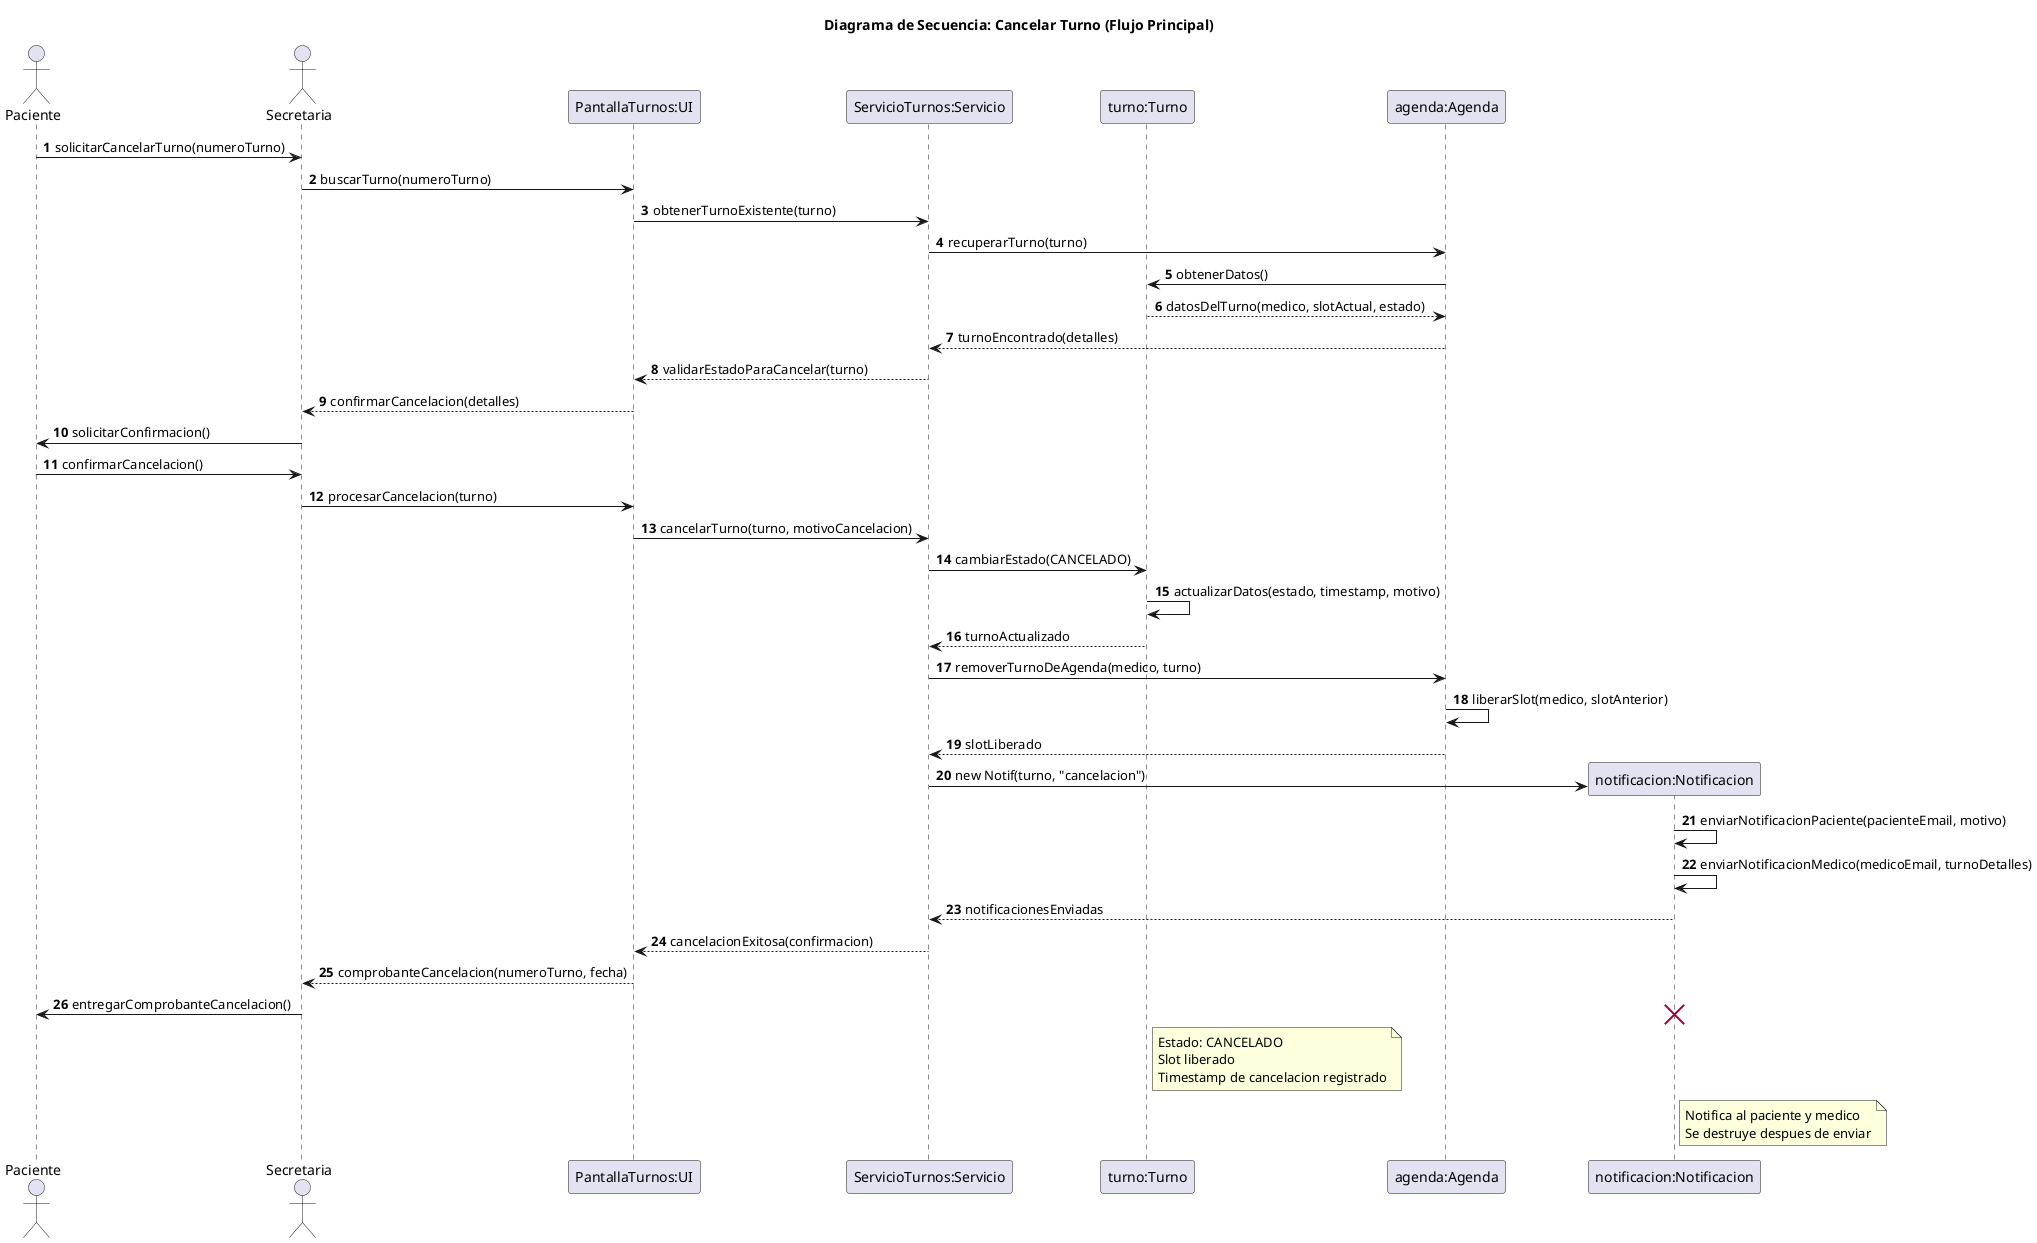
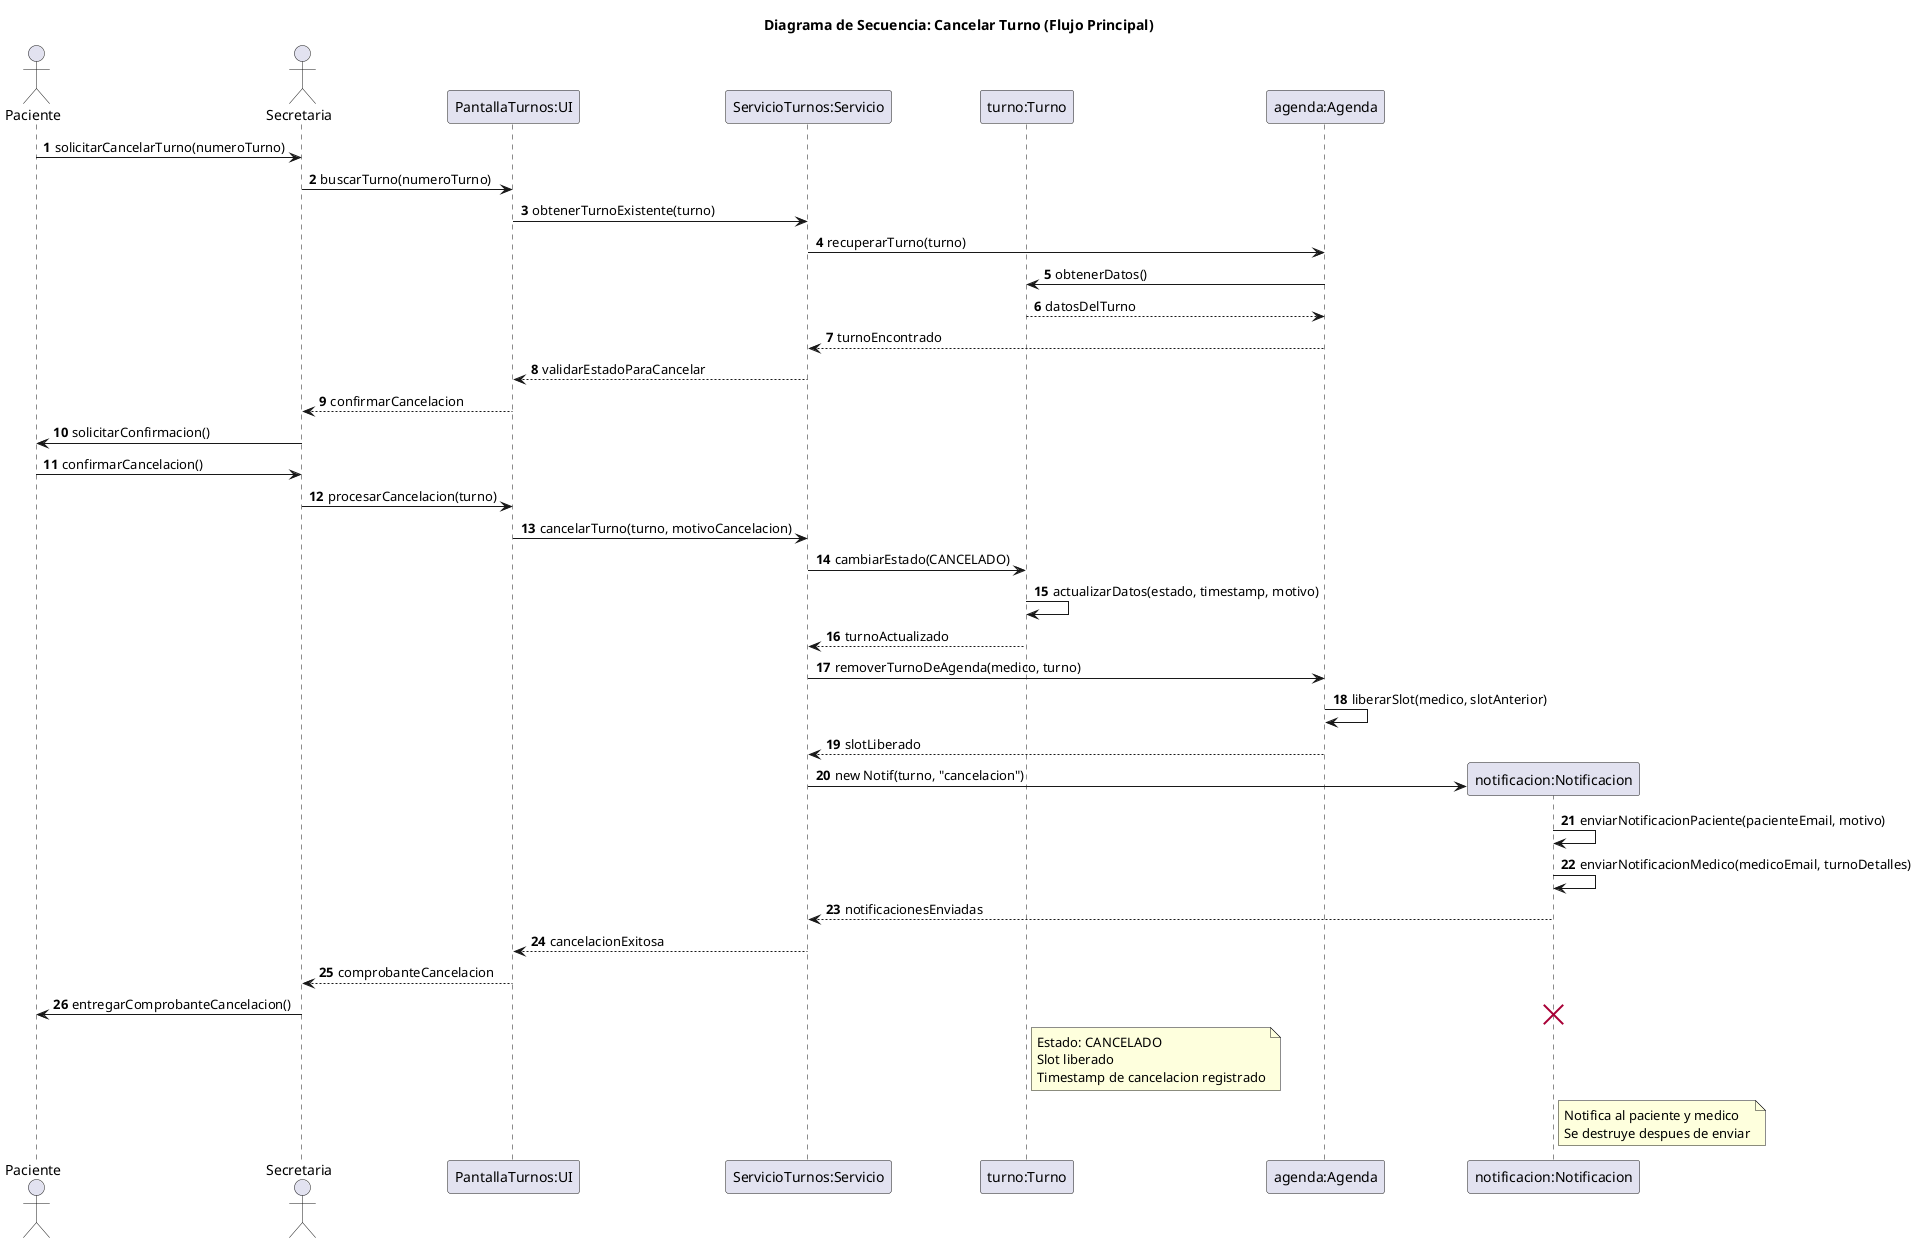
@startuml 05-secuencia-cancelar-turno-flujo-principal-03
title Diagrama de Secuencia: Cancelar Turno (Flujo Principal)

actor Paciente
actor Secretaria
participant "PantallaTurnos:UI" as UI
participant "ServicioTurnos:Servicio" as Servicio
participant "turno:Turno" as Turno
participant "agenda:Agenda" as Agenda
participant "notificacion:Notificacion" as Notif

autonumber

Paciente -> Secretaria: solicitarCancelarTurno(numeroTurno)
Secretaria -> UI: buscarTurno(numeroTurno)
UI -> Servicio: obtenerTurnoExistente(turno)
Servicio -> Agenda: recuperarTurno(turno)
Agenda -> Turno: obtenerDatos()
- Turno --> Agenda: datosDelTurno(medico, slotActual, estado)
- Agenda --> Servicio: turnoEncontrado(detalles)
- Servicio --> UI: validarEstadoParaCancelar(turno)
- UI --> Secretaria: confirmarCancelacion(detalles)
+ Turno --> Agenda: datosDelTurno
+ Agenda --> Servicio: turnoEncontrado
+ Servicio --> UI: validarEstadoParaCancelar
+ UI --> Secretaria: confirmarCancelacion
Secretaria -> Paciente: solicitarConfirmacion()
Paciente -> Secretaria: confirmarCancelacion()
Secretaria -> UI: procesarCancelacion(turno)
UI -> Servicio: cancelarTurno(turno, motivoCancelacion)
Servicio -> Turno: cambiarEstado(CANCELADO)
Turno -> Turno: actualizarDatos(estado, timestamp, motivo)
Turno --> Servicio: turnoActualizado
Servicio -> Agenda: removerTurnoDeAgenda(medico, turno)
Agenda -> Agenda: liberarSlot(medico, slotAnterior)
Agenda --> Servicio: slotLiberado
create Notif
Servicio -> Notif: new Notif(turno, "cancelacion")
Notif -> Notif: enviarNotificacionPaciente(pacienteEmail, motivo)
Notif -> Notif: enviarNotificacionMedico(medicoEmail, turnoDetalles)
Notif --> Servicio: notificacionesEnviadas
- Servicio --> UI: cancelacionExitosa(confirmacion)
- UI --> Secretaria: comprobanteCancelacion(numeroTurno, fecha)
+ Servicio --> UI: cancelacionExitosa
+ UI --> Secretaria: comprobanteCancelacion
Secretaria -> Paciente: entregarComprobanteCancelacion()

note right of Turno
  Estado: CANCELADO
  Slot liberado
  Timestamp de cancelacion registrado
end note

note right of Notif
  Notifica al paciente y medico
  Se destruye despues de enviar
end note

destroy Notif

@enduml
